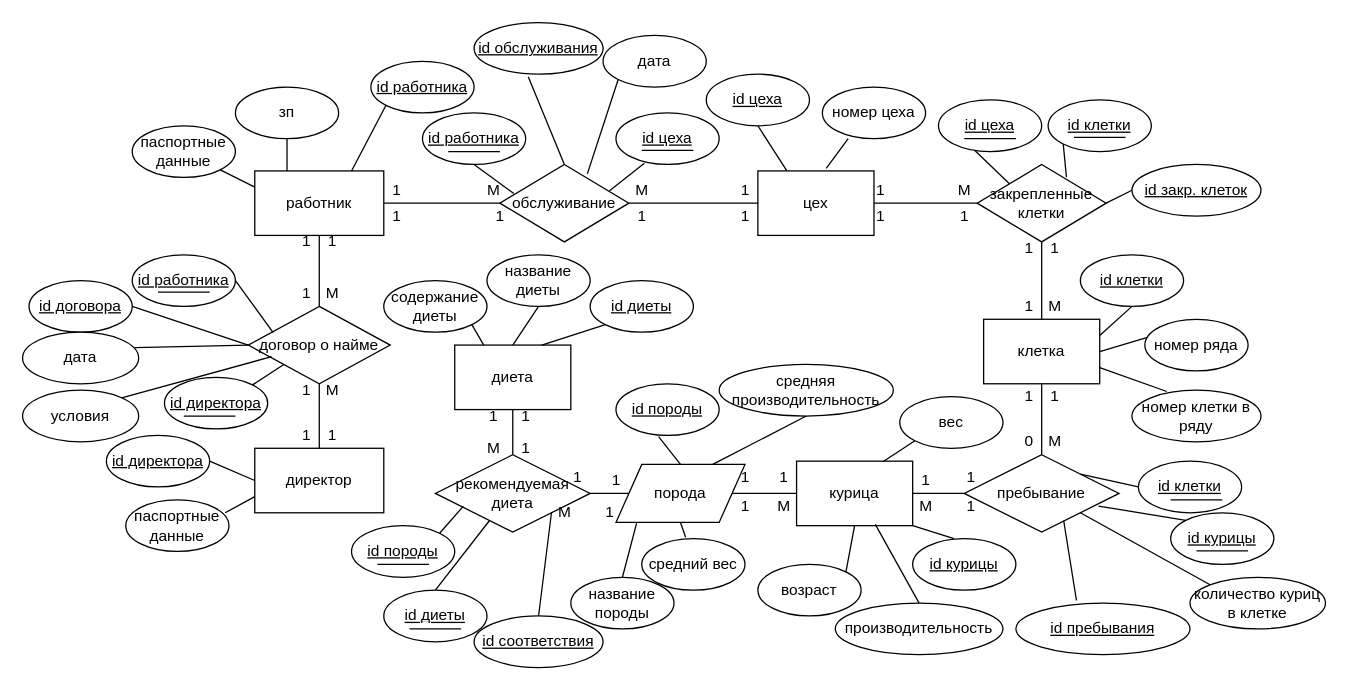
This is students/y2337/Kishinskaya_Zoya/Lr2/piterchen.drawio from TonikX/ITMO_FSPO_DataBases_2020-2021, a draw.io file, before an edit. Source tidied: cells renumbered, new cells numbered last; positions are measured from the earlier drawing's top-left corner, leaving out a move shared by most shapes. Both pictures are drawn from the tidied source at 129%, with x=0, y=0 at pixel (22, 22).
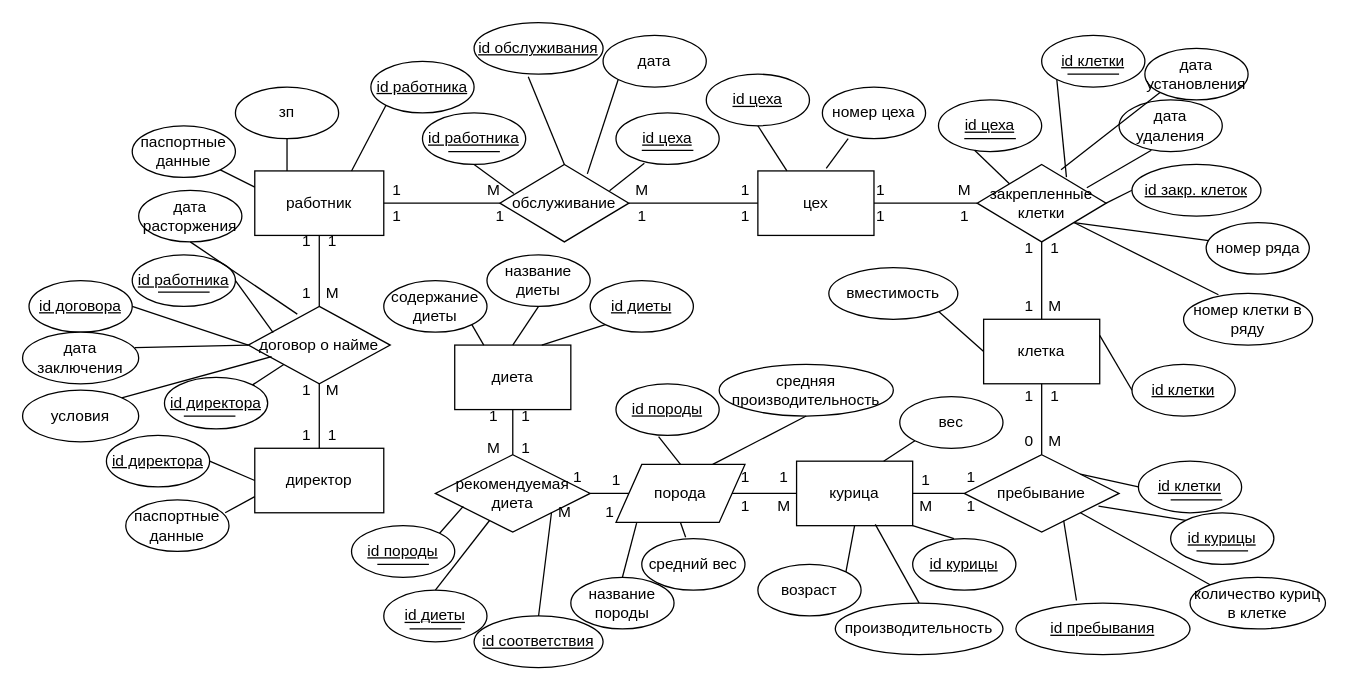
The same diagram, later.

The change refers to these unchanged cells:
```xml
<mxCell id="3" value="договор о найме" style="rhombus;whiteSpace=wrap;html=1;" parent="1" vertex="1">
  <mxGeometry x="175" y="220" width="110" height="60" as="geometry" />
</mxCell>
<mxCell id="35" value="закрепленные клетки" style="rhombus;whiteSpace=wrap;html=1;" parent="1" vertex="1">
  <mxGeometry x="740" y="110" width="100" height="60" as="geometry" />
</mxCell>
<mxCell id="38" value="клетка" style="rounded=0;whiteSpace=wrap;html=1;" parent="1" vertex="1">
  <mxGeometry x="745" y="230" width="90" height="50" as="geometry" />
</mxCell>
```

What changed in the source:
```diff
@@
     <mxCell id="39" value="&lt;u&gt;id клетки&lt;/u&gt;" style="ellipse;whiteSpace=wrap;html=1;" parent="1" vertex="1">
-      <mxGeometry x="820" y="180" width="80" height="40" as="geometry" />
+      <mxGeometry x="860" y="265" width="80" height="40" as="geometry" />
     </mxCell>
     <mxCell id="40" value="&lt;u&gt;id клетки&lt;/u&gt;" style="ellipse;whiteSpace=wrap;html=1;" parent="1" vertex="1">
-      <mxGeometry x="795" y="60" width="80" height="40" as="geometry" />
+      <mxGeometry x="790" y="10" width="80" height="40" as="geometry" />
     </mxCell>
     <mxCell id="41" value="номер ряда" style="ellipse;whiteSpace=wrap;html=1;" parent="1" vertex="1">
-      <mxGeometry x="870" y="230" width="80" height="40" as="geometry" />
+      <mxGeometry x="917.5" y="155" width="80" height="40" as="geometry" />
     </mxCell>
     <mxCell id="42" value="номер клетки в ряду" style="ellipse;whiteSpace=wrap;html=1;" parent="1" vertex="1">
-      <mxGeometry x="860" y="285" width="100" height="40" as="geometry" />
+      <mxGeometry x="900" y="210" width="100" height="40" as="geometry" />
     </mxCell>
@@
-    <mxCell id="45" style="endArrow=none;html=1;entryX=0.27;entryY=0.025;entryDx=0;entryDy=0;entryPerimeter=0;exitX=1;exitY=0.75;exitDx=0;exitDy=0;" parent="1" edge="1" source="38" target="42">
+    <mxCell id="45" style="endArrow=none;html=1;entryX=0.27;entryY=0.025;entryDx=0;entryDy=0;entryPerimeter=0;exitX=1;exitY=1;exitDx=0;exitDy=0;" parent="1" edge="1" source="35" target="42">
       <mxGeometry relative="1" as="geometry" />
     </mxCell>
-    <mxCell id="46" style="endArrow=none;html=1;entryX=0.025;entryY=0.35;entryDx=0;entryDy=0;entryPerimeter=0;exitX=1;exitY=0.5;exitDx=0;exitDy=0;" parent="1" edge="1" source="38" target="41">
+    <mxCell id="46" style="endArrow=none;html=1;entryX=0.025;entryY=0.35;entryDx=0;entryDy=0;entryPerimeter=0;exitX=1;exitY=1;exitDx=0;exitDy=0;" parent="1" edge="1" source="35" target="41">
       <mxGeometry relative="1" as="geometry" />
     </mxCell>
-    <mxCell id="47" style="endArrow=none;html=1;entryX=0.5;entryY=1;entryDx=0;entryDy=0;exitX=1;exitY=0.25;exitDx=0;exitDy=0;" parent="1" edge="1" source="38" target="39">
+    <mxCell id="47" style="endArrow=none;html=1;entryX=0;entryY=0.5;entryDx=0;entryDy=0;exitX=1;exitY=0.25;exitDx=0;exitDy=0;" parent="1" edge="1" source="38" target="39">
       <mxGeometry relative="1" as="geometry" />
     </mxCell>
@@
     <mxCell id="97" style="endArrow=none;html=1;" parent="1" edge="1">
       <mxGeometry relative="1" as="geometry">
-        <mxPoint x="855" y="89" as="sourcePoint" />
-        <mxPoint x="815" y="89" as="targetPoint" />
+        <mxPoint x="850" y="40" as="sourcePoint" />
+        <mxPoint x="810" y="40" as="targetPoint" />
       </mxGeometry>
     </mxCell>
@@
-    <mxCell id="151" value="дата" style="ellipse;whiteSpace=wrap;html=1;" parent="1" vertex="1">
+    <mxCell id="151" value="дата заключения" style="ellipse;whiteSpace=wrap;html=1;" parent="1" vertex="1">
       <mxGeometry y="240" width="90" height="40" as="geometry" />
     </mxCell>
@@
+    <mxCell id="159" value="дата установления" style="ellipse;whiteSpace=wrap;html=1;" parent="1" vertex="1">
+      <mxGeometry x="870" y="20" width="80" height="40" as="geometry" />
+    </mxCell>
+    <mxCell id="160" value="дата удаления" style="ellipse;whiteSpace=wrap;html=1;" parent="1" vertex="1">
+      <mxGeometry x="850" y="60" width="80" height="40" as="geometry" />
+    </mxCell>
+    <mxCell id="161" style="endArrow=none;html=1;entryX=0.313;entryY=0.975;entryDx=0;entryDy=0;entryPerimeter=0;exitX=0.85;exitY=0.3;exitDx=0;exitDy=0;exitPerimeter=0;" parent="1" edge="1" source="35" target="160">
+      <mxGeometry relative="1" as="geometry" />
+    </mxCell>
+    <mxCell id="162" style="endArrow=none;html=1;entryX=0;entryY=1;entryDx=0;entryDy=0;exitX=0.65;exitY=0.067;exitDx=0;exitDy=0;exitPerimeter=0;" parent="1" edge="1" source="35" target="159">
+      <mxGeometry relative="1" as="geometry" />
+    </mxCell>
+    <mxCell id="163" value="дата расторжения" style="ellipse;whiteSpace=wrap;html=1;" parent="1" vertex="1">
+      <mxGeometry x="90" y="130" width="80" height="40" as="geometry" />
+    </mxCell>
+    <mxCell id="164" style="endArrow=none;html=1;entryX=0.5;entryY=1;entryDx=0;entryDy=0;exitX=0.345;exitY=0.1;exitDx=0;exitDy=0;exitPerimeter=0;" parent="1" edge="1" source="3" target="163">
+      <mxGeometry relative="1" as="geometry" />
+    </mxCell>
+    <mxCell id="165" value="вместимость" style="ellipse;whiteSpace=wrap;html=1;" parent="1" vertex="1">
+      <mxGeometry x="625" y="190" width="100" height="40" as="geometry" />
+    </mxCell>
+    <mxCell id="166" style="endArrow=none;html=1;entryX=1;entryY=1;entryDx=0;entryDy=0;exitX=0;exitY=0.5;exitDx=0;exitDy=0;" parent="1" edge="1" source="38" target="165">
+      <mxGeometry relative="1" as="geometry" />
+    </mxCell>
```
